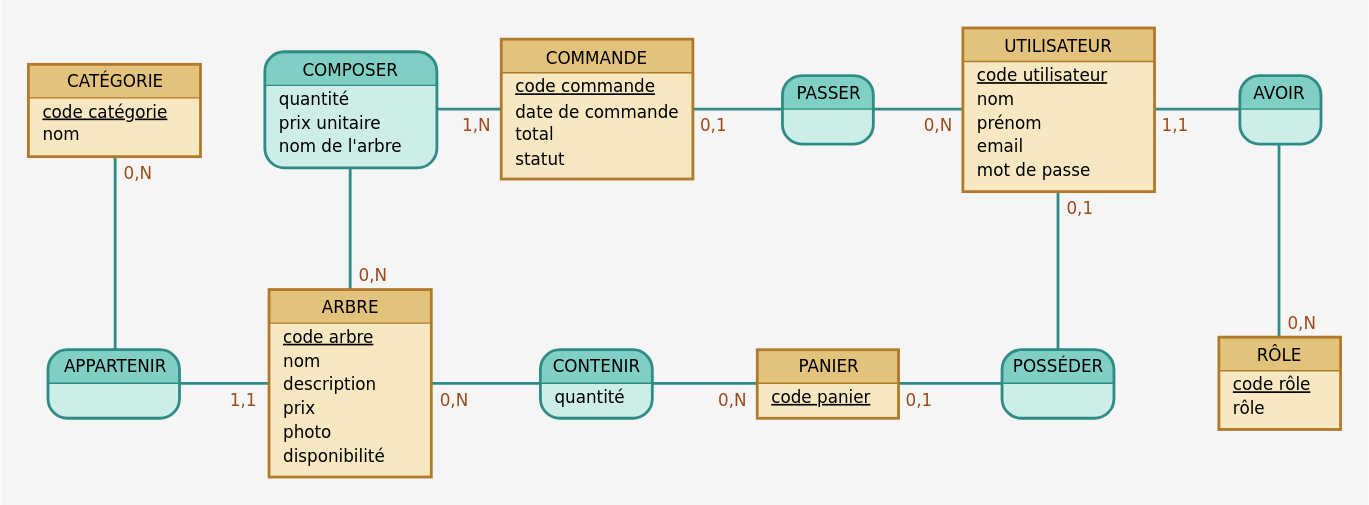
The draw.io diagram docs_conception/05b-MCD.drawio.svg in DimitryDereppe/je-s-appelle-graine, before a commit. Source tidied: cells renumbered, new cells last; positions are measured from the earlier drawing's top-left corner, leaving out a move shared by most shapes. Source of this version:
```xml
<mxGraphModel>
  <root>
    <mxCell id="0" />
    <mxCell id="1" parent="0" />
    <mxCell id="2" value="CATÉGORIE" style="swimlane;fontStyle=0;horizontal=1;startSize=24;fillColor=#E3C27B;swimlaneFillColor=#F8E8C2;strokeColor=#B07A2A;strokeWidth=2;rounded=0;arcSize=30;fontFamily=Verdana;fontSize=12;html=1;" parent="1" vertex="1">
      <mxGeometry y="26" width="123" height="66" as="geometry" />
    </mxCell>
    <mxCell id="3" value="&lt;u&gt;code catégorie&lt;/u&gt;&lt;br&gt;nom" style="text;html=1;align=left;verticalAlign=top;spacingLeft=6;fontFamily=Verdana;fontSize=12;" parent="2" vertex="1">
      <mxGeometry y="24" width="123" height="42" as="geometry" />
    </mxCell>
    <mxCell id="4" value="COMPOSER" style="swimlane;fontStyle=0;horizontal=1;startSize=24;fillColor=#7FCFC4;swimlaneFillColor=#CDEDE8;strokeColor=#2E8B85;strokeWidth=2;rounded=1;arcSize=30;fontFamily=Verdana;fontSize=12;html=1;" parent="1" vertex="1">
      <mxGeometry x="169" y="17" width="123" height="83" as="geometry" />
    </mxCell>
    <mxCell id="5" value="quantité&lt;br&gt;prix unitaire&lt;br&gt;nom de l&amp;#x27;arbre" style="text;html=1;align=left;verticalAlign=top;spacingLeft=6;fontFamily=Verdana;fontSize=12;" parent="4" vertex="1">
      <mxGeometry y="24" width="123" height="59" as="geometry" />
    </mxCell>
    <mxCell id="6" value="COMMANDE" style="swimlane;fontStyle=0;horizontal=1;startSize=24;fillColor=#E3C27B;swimlaneFillColor=#F8E8C2;strokeColor=#B07A2A;strokeWidth=2;rounded=0;arcSize=30;fontFamily=Verdana;fontSize=12;html=1;" parent="1" vertex="1">
      <mxGeometry x="338" y="8" width="137" height="100" as="geometry" />
    </mxCell>
    <mxCell id="7" value="&lt;u&gt;code commande&lt;/u&gt;&lt;br&gt;date de commande&lt;br&gt;total&lt;br&gt;statut" style="text;html=1;align=left;verticalAlign=top;spacingLeft=6;fontFamily=Verdana;fontSize=12;" parent="6" vertex="1">
      <mxGeometry y="24" width="137" height="76" as="geometry" />
    </mxCell>
    <mxCell id="8" value="PASSER" style="swimlane;fontStyle=0;horizontal=1;startSize=24;fillColor=#7FCFC4;swimlaneFillColor=#CDEDE8;strokeColor=#2E8B85;strokeWidth=2;rounded=1;arcSize=30;fontFamily=Verdana;fontSize=12;html=1;" parent="1" vertex="1">
      <mxGeometry x="539" y="34" width="65" height="49" as="geometry" />
    </mxCell>
    <mxCell id="9" style="text;html=1;align=left;verticalAlign=top;spacingLeft=6;fontFamily=Verdana;fontSize=12;" parent="8" vertex="1">
      <mxGeometry y="24" width="65" height="25" as="geometry" />
    </mxCell>
    <mxCell id="10" value="UTILISATEUR" style="swimlane;fontStyle=0;horizontal=1;startSize=24;fillColor=#E3C27B;swimlaneFillColor=#F8E8C2;strokeColor=#B07A2A;strokeWidth=2;rounded=0;arcSize=30;fontFamily=Verdana;fontSize=12;html=1;" parent="1" vertex="1">
      <mxGeometry x="668" width="137" height="117" as="geometry" />
    </mxCell>
    <mxCell id="11" value="&lt;u&gt;code utilisateur&lt;/u&gt;&lt;br&gt;nom&lt;br&gt;prénom&lt;br&gt;email&lt;br&gt;mot de passe" style="text;html=1;align=left;verticalAlign=top;spacingLeft=6;fontFamily=Verdana;fontSize=12;" parent="10" vertex="1">
      <mxGeometry y="24" width="137" height="93" as="geometry" />
    </mxCell>
    <mxCell id="12" value="AVOIR" style="swimlane;fontStyle=0;horizontal=1;startSize=24;fillColor=#7FCFC4;swimlaneFillColor=#CDEDE8;strokeColor=#2E8B85;strokeWidth=2;rounded=1;arcSize=30;fontFamily=Verdana;fontSize=12;html=1;" parent="1" vertex="1">
      <mxGeometry x="866" y="34" width="58" height="49" as="geometry" />
    </mxCell>
    <mxCell id="13" style="text;html=1;align=left;verticalAlign=top;spacingLeft=6;fontFamily=Verdana;fontSize=12;" parent="12" vertex="1">
      <mxGeometry y="24" width="58" height="25" as="geometry" />
    </mxCell>
    <mxCell id="14" value="APPARTENIR" style="swimlane;fontStyle=0;horizontal=1;startSize=24;fillColor=#7FCFC4;swimlaneFillColor=#CDEDE8;strokeColor=#2E8B85;strokeWidth=2;rounded=1;arcSize=30;fontFamily=Verdana;fontSize=12;html=1;" parent="1" vertex="1">
      <mxGeometry x="14" y="230" width="94" height="49" as="geometry" />
    </mxCell>
    <mxCell id="15" style="text;html=1;align=left;verticalAlign=top;spacingLeft=6;fontFamily=Verdana;fontSize=12;" parent="14" vertex="1">
      <mxGeometry y="24" width="94" height="25" as="geometry" />
    </mxCell>
    <mxCell id="16" value="ARBRE" style="swimlane;fontStyle=0;horizontal=1;startSize=24;fillColor=#E3C27B;swimlaneFillColor=#F8E8C2;strokeColor=#B07A2A;strokeWidth=2;rounded=0;arcSize=30;fontFamily=Verdana;fontSize=12;html=1;" parent="1" vertex="1">
      <mxGeometry x="172" y="187" width="116" height="134" as="geometry" />
    </mxCell>
    <mxCell id="17" value="&lt;u&gt;code arbre&lt;/u&gt;&lt;br&gt;nom&lt;br&gt;description&lt;br&gt;prix&lt;br&gt;photo&lt;br&gt;disponibilité" style="text;html=1;align=left;verticalAlign=top;spacingLeft=6;fontFamily=Verdana;fontSize=12;" parent="16" vertex="1">
      <mxGeometry y="24" width="116" height="110" as="geometry" />
    </mxCell>
    <mxCell id="18" value="CONTENIR" style="swimlane;fontStyle=0;horizontal=1;startSize=24;fillColor=#7FCFC4;swimlaneFillColor=#CDEDE8;strokeColor=#2E8B85;strokeWidth=2;rounded=1;arcSize=30;fontFamily=Verdana;fontSize=12;html=1;" parent="1" vertex="1">
      <mxGeometry x="366" y="230" width="80" height="49" as="geometry" />
    </mxCell>
    <mxCell id="19" value="quantité" style="text;html=1;align=left;verticalAlign=top;spacingLeft=6;fontFamily=Verdana;fontSize=12;" parent="18" vertex="1">
      <mxGeometry y="24" width="80" height="25" as="geometry" />
    </mxCell>
    <mxCell id="20" value="PANIER" style="swimlane;fontStyle=0;horizontal=1;startSize=24;fillColor=#E3C27B;swimlaneFillColor=#F8E8C2;strokeColor=#B07A2A;strokeWidth=2;rounded=0;arcSize=30;fontFamily=Verdana;fontSize=12;html=1;" parent="1" vertex="1">
      <mxGeometry x="521" y="230" width="101" height="49" as="geometry" />
    </mxCell>
    <mxCell id="21" value="&lt;u&gt;code panier&lt;/u&gt;" style="text;html=1;align=left;verticalAlign=top;spacingLeft=6;fontFamily=Verdana;fontSize=12;" parent="20" vertex="1">
      <mxGeometry y="24" width="101" height="25" as="geometry" />
    </mxCell>
    <mxCell id="22" value="POSSÉDER" style="swimlane;fontStyle=0;horizontal=1;startSize=24;fillColor=#7FCFC4;swimlaneFillColor=#CDEDE8;strokeColor=#2E8B85;strokeWidth=2;rounded=1;arcSize=30;fontFamily=Verdana;fontSize=12;html=1;" parent="1" vertex="1">
      <mxGeometry x="696" y="230" width="80" height="49" as="geometry" />
    </mxCell>
    <mxCell id="23" style="text;html=1;align=left;verticalAlign=top;spacingLeft=6;fontFamily=Verdana;fontSize=12;" parent="22" vertex="1">
      <mxGeometry y="24" width="80" height="25" as="geometry" />
    </mxCell>
    <mxCell id="24" value="RÔLE" style="swimlane;fontStyle=0;horizontal=1;startSize=24;fillColor=#E3C27B;swimlaneFillColor=#F8E8C2;strokeColor=#B07A2A;strokeWidth=2;rounded=0;arcSize=30;fontFamily=Verdana;fontSize=12;html=1;" parent="1" vertex="1">
      <mxGeometry x="851" y="221" width="87" height="66" as="geometry" />
    </mxCell>
    <mxCell id="25" value="&lt;u&gt;code rôle&lt;/u&gt;&lt;br&gt;rôle" style="text;html=1;align=left;verticalAlign=top;spacingLeft=6;fontFamily=Verdana;fontSize=12;" parent="24" vertex="1">
      <mxGeometry y="24" width="87" height="42" as="geometry" />
    </mxCell>
    <mxCell id="26" value="0,N" style="endArrow=none;html=1;strokeColor=#2E8B85;strokeWidth=2;fontColor=#9C4A1A;fontFamily=Verdana;fontSize=12;labelBackgroundColor=none;" parent="1" edge="1" source="14" target="2">
      <mxGeometry x="0.75" y="10" relative="1" as="geometry" />
    </mxCell>
    <mxCell id="27" value="1,1" style="endArrow=none;html=1;strokeColor=#2E8B85;strokeWidth=2;fontColor=#9C4A1A;fontFamily=Verdana;fontSize=12;labelBackgroundColor=none;" parent="1" edge="1" source="14" target="16">
      <mxGeometry x="0.75" y="10" relative="1" as="geometry" />
    </mxCell>
    <mxCell id="28" value="1,N" style="endArrow=none;html=1;strokeColor=#2E8B85;strokeWidth=2;fontColor=#9C4A1A;fontFamily=Verdana;fontSize=12;labelBackgroundColor=none;" parent="1" edge="1" source="4" target="6">
      <mxGeometry x="0.75" y="10" relative="1" as="geometry" />
    </mxCell>
    <mxCell id="29" value="0,N" style="endArrow=none;html=1;strokeColor=#2E8B85;strokeWidth=2;fontColor=#9C4A1A;fontFamily=Verdana;fontSize=12;labelBackgroundColor=none;" parent="1" edge="1" source="4" target="16">
      <mxGeometry x="0.75" y="10" relative="1" as="geometry" />
    </mxCell>
    <mxCell id="30" value="0,N" style="endArrow=none;html=1;strokeColor=#2E8B85;strokeWidth=2;fontColor=#9C4A1A;fontFamily=Verdana;fontSize=12;labelBackgroundColor=none;" parent="1" edge="1" source="18" target="20">
      <mxGeometry x="0.75" y="10" relative="1" as="geometry" />
    </mxCell>
    <mxCell id="31" value="0,N" style="endArrow=none;html=1;strokeColor=#2E8B85;strokeWidth=2;fontColor=#9C4A1A;fontFamily=Verdana;fontSize=12;labelBackgroundColor=none;" parent="1" edge="1" source="18" target="16">
      <mxGeometry x="0.75" y="10" relative="1" as="geometry" />
    </mxCell>
    <mxCell id="32" value="0,N" style="endArrow=none;html=1;strokeColor=#2E8B85;strokeWidth=2;fontColor=#9C4A1A;fontFamily=Verdana;fontSize=12;labelBackgroundColor=none;" parent="1" edge="1" source="8" target="10">
      <mxGeometry x="0.75" y="10" relative="1" as="geometry" />
    </mxCell>
    <mxCell id="33" value="0,1" style="endArrow=none;html=1;strokeColor=#2E8B85;strokeWidth=2;fontColor=#9C4A1A;fontFamily=Verdana;fontSize=12;labelBackgroundColor=none;" parent="1" edge="1" source="8" target="6">
      <mxGeometry x="0.75" y="10" relative="1" as="geometry" />
    </mxCell>
    <mxCell id="34" value="0,1" style="endArrow=none;html=1;strokeColor=#2E8B85;strokeWidth=2;fontColor=#9C4A1A;fontFamily=Verdana;fontSize=12;labelBackgroundColor=none;" parent="1" edge="1" source="22" target="10">
      <mxGeometry x="0.75" y="10" relative="1" as="geometry" />
    </mxCell>
    <mxCell id="35" value="0,1" style="endArrow=none;html=1;strokeColor=#2E8B85;strokeWidth=2;fontColor=#9C4A1A;fontFamily=Verdana;fontSize=12;labelBackgroundColor=none;" parent="1" edge="1" source="22" target="20">
      <mxGeometry x="0.75" y="10" relative="1" as="geometry" />
    </mxCell>
    <mxCell id="36" value="1,1" style="endArrow=none;html=1;strokeColor=#2E8B85;strokeWidth=2;fontColor=#9C4A1A;fontFamily=Verdana;fontSize=12;labelBackgroundColor=none;" parent="1" edge="1" source="12" target="10">
      <mxGeometry x="0.75" y="10" relative="1" as="geometry" />
    </mxCell>
    <mxCell id="37" value="0,N" style="endArrow=none;html=1;strokeColor=#2E8B85;strokeWidth=2;fontColor=#9C4A1A;fontFamily=Verdana;fontSize=12;labelBackgroundColor=none;" parent="1" edge="1" source="12" target="24">
      <mxGeometry x="0.75" y="10" relative="1" as="geometry" />
    </mxCell>
  </root>
</mxGraphModel>
```
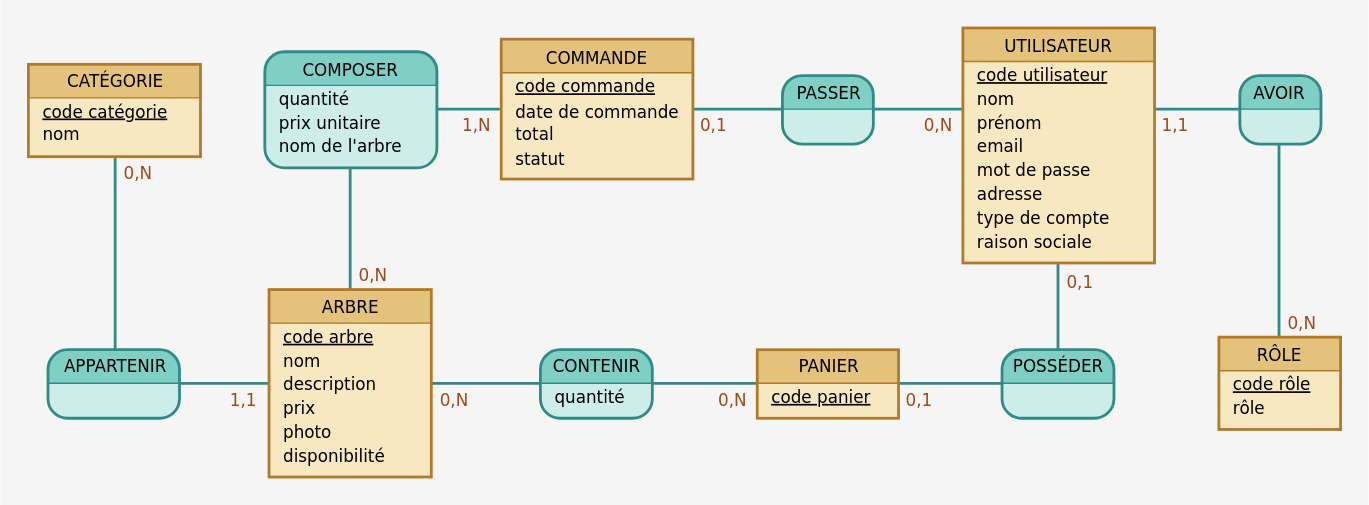
Later version of the same file.

Commit message:
maj : ajout de l'adresse, prise en compte de la raison sociale

Change to the diagram source:
```diff
@@ -27,10 +27,10 @@
       <mxGeometry y="24" width="65" height="25" as="geometry" />
     </mxCell>
     <mxCell id="10" value="UTILISATEUR" style="swimlane;fontStyle=0;horizontal=1;startSize=24;fillColor=#E3C27B;swimlaneFillColor=#F8E8C2;strokeColor=#B07A2A;strokeWidth=2;rounded=0;arcSize=30;fontFamily=Verdana;fontSize=12;html=1;" parent="1" vertex="1">
-      <mxGeometry x="668" width="137" height="117" as="geometry" />
+      <mxGeometry x="668" width="137" height="168" as="geometry" />
     </mxCell>
-    <mxCell id="11" value="&lt;u&gt;code utilisateur&lt;/u&gt;&lt;br&gt;nom&lt;br&gt;prénom&lt;br&gt;email&lt;br&gt;mot de passe" style="text;html=1;align=left;verticalAlign=top;spacingLeft=6;fontFamily=Verdana;fontSize=12;" parent="10" vertex="1">
-      <mxGeometry y="24" width="137" height="93" as="geometry" />
+    <mxCell id="11" value="&lt;u&gt;code utilisateur&lt;/u&gt;&lt;br&gt;nom&lt;br&gt;prénom&lt;br&gt;email&lt;br&gt;mot de passe&lt;br&gt;adresse&lt;br&gt;type de compte&lt;br&gt;raison sociale" style="text;html=1;align=left;verticalAlign=top;spacingLeft=6;fontFamily=Verdana;fontSize=12;" parent="10" vertex="1">
+      <mxGeometry y="24" width="137" height="144" as="geometry" />
     </mxCell>
     <mxCell id="12" value="AVOIR" style="swimlane;fontStyle=0;horizontal=1;startSize=24;fillColor=#7FCFC4;swimlaneFillColor=#CDEDE8;strokeColor=#2E8B85;strokeWidth=2;rounded=1;arcSize=30;fontFamily=Verdana;fontSize=12;html=1;" parent="1" vertex="1">
       <mxGeometry x="866" y="34" width="58" height="49" as="geometry" />
```
